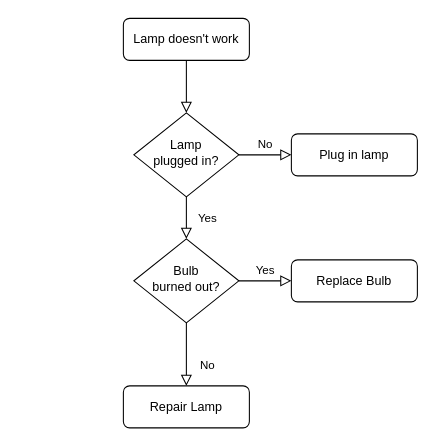
The draw.io diagram 未命名绘图.drawio in huaxiaojilzg/workflow_draw, before the edit. Source tidied: cells renumbered, new cells numbered last; positions are measured from the earlier drawing's top-left corner, leaving out a move shared by most shapes. Both pictures are drawn from the tidied source at 105%, with x=0, y=0 at pixel (123, 18).
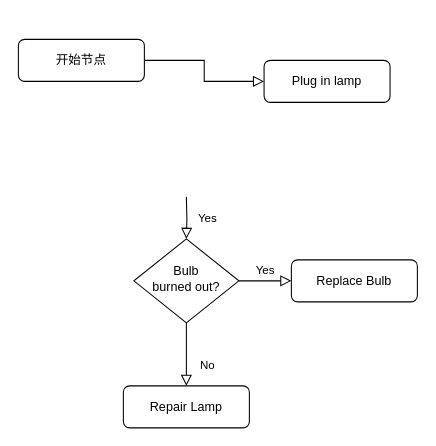
The same diagram, later.

Commit message:
1.注册引导流程drawio

What changed in the source:
```diff
@@
 <mxGraphModel>
   <root>
     <mxCell id="0" />
     <mxCell id="1" parent="0" />
-    <mxCell id="2" style="rounded=0;html=1;jettySize=auto;fontSize=11;endArrow=block;endFill=0;endSize=8;strokeWidth=1;shadow=0;labelBackgroundColor=none;edgeStyle=orthogonalEdgeStyle;" parent="1" edge="1" source="3" target="6">
+    <mxCell id="2" style="rounded=0;html=1;jettySize=auto;fontSize=11;endArrow=block;endFill=0;endSize=8;strokeWidth=1;shadow=0;labelBackgroundColor=none;edgeStyle=orthogonalEdgeStyle;entryX=0;entryY=0.5;entryDx=0;entryDy=0;" parent="1" edge="1" source="3" target="7">
       <mxGeometry relative="1" as="geometry" />
     </mxCell>
-    <mxCell id="3" value="Lamp doesn't work" style="rounded=1;whiteSpace=wrap;html=1;fontSize=12;glass=0;strokeWidth=1;shadow=0;" parent="1" vertex="1">
-      <mxGeometry width="120" height="40" as="geometry" />
+    <mxCell id="3" value="开始节点" style="rounded=1;whiteSpace=wrap;html=1;fontSize=12;glass=0;strokeWidth=1;shadow=0;" parent="1" vertex="1">
+      <mxGeometry x="-100" y="20" width="120" height="40" as="geometry" />
     </mxCell>
-    <mxCell id="4" value="Yes" style="rounded=0;html=1;jettySize=auto;fontSize=11;endArrow=block;endFill=0;endSize=8;strokeWidth=1;shadow=0;labelBackgroundColor=none;edgeStyle=orthogonalEdgeStyle;" parent="1" edge="1" source="6" target="10">
-      <mxGeometry y="20" relative="1" as="geometry" />
+    <mxCell id="4" value="Yes" style="rounded=0;html=1;jettySize=auto;fontSize=11;endArrow=block;endFill=0;endSize=8;strokeWidth=1;shadow=0;labelBackgroundColor=none;edgeStyle=orthogonalEdgeStyle;" parent="1" edge="1" target="10">
+      <mxGeometry y="20" relative="1" as="geometry">
+        <mxPoint x="60" y="170" as="sourcePoint" />
+      </mxGeometry>
     </mxCell>
-    <mxCell id="5" value="No" style="edgeStyle=orthogonalEdgeStyle;rounded=0;html=1;jettySize=auto;fontSize=11;endArrow=block;endFill=0;endSize=8;strokeWidth=1;shadow=0;labelBackgroundColor=none;" parent="1" edge="1" source="6" target="7">
-      <mxGeometry y="10" relative="1" as="geometry" />
-    </mxCell>
-    <mxCell id="6" value="Lamp&lt;br&gt;plugged in?" style="rhombus;whiteSpace=wrap;html=1;shadow=0;fontFamily=Helvetica;fontSize=12;align=center;strokeWidth=1;spacing=6;spacingTop=-4;" parent="1" vertex="1">
-      <mxGeometry x="10" y="90" width="100" height="80" as="geometry" />
-    </mxCell>
     <mxCell id="7" value="Plug in lamp" style="rounded=1;whiteSpace=wrap;html=1;fontSize=12;glass=0;strokeWidth=1;shadow=0;" parent="1" vertex="1">
-      <mxGeometry x="160" y="110" width="120" height="40" as="geometry" />
+      <mxGeometry x="134" y="40" width="120" height="40" as="geometry" />
     </mxCell>
     <mxCell id="8" value="No" style="rounded=0;html=1;jettySize=auto;fontSize=11;endArrow=block;endFill=0;endSize=8;strokeWidth=1;shadow=0;labelBackgroundColor=none;edgeStyle=orthogonalEdgeStyle;" parent="1" edge="1" source="10" target="11">
       <mxGeometry x="0.33" y="20" relative="1" as="geometry" />
     </mxCell>
     <mxCell id="9" value="Yes" style="edgeStyle=orthogonalEdgeStyle;rounded=0;html=1;jettySize=auto;fontSize=11;endArrow=block;endFill=0;endSize=8;strokeWidth=1;shadow=0;labelBackgroundColor=none;" parent="1" edge="1" source="10" target="12">
       <mxGeometry y="10" relative="1" as="geometry" />
     </mxCell>
     <mxCell id="10" value="Bulb&lt;br&gt;burned out?" style="rhombus;whiteSpace=wrap;html=1;shadow=0;fontFamily=Helvetica;fontSize=12;align=center;strokeWidth=1;spacing=6;spacingTop=-4;" parent="1" vertex="1">
       <mxGeometry x="10" y="210" width="100" height="80" as="geometry" />
     </mxCell>
     <mxCell id="11" value="Repair Lamp" style="rounded=1;whiteSpace=wrap;html=1;fontSize=12;glass=0;strokeWidth=1;shadow=0;" parent="1" vertex="1">
       <mxGeometry y="350" width="120" height="40" as="geometry" />
     </mxCell>
     <mxCell id="12" value="Replace Bulb" style="rounded=1;whiteSpace=wrap;html=1;fontSize=12;glass=0;strokeWidth=1;shadow=0;" parent="1" vertex="1">
       <mxGeometry x="160" y="230" width="120" height="40" as="geometry" />
     </mxCell>
   </root>
 </mxGraphModel>
```
